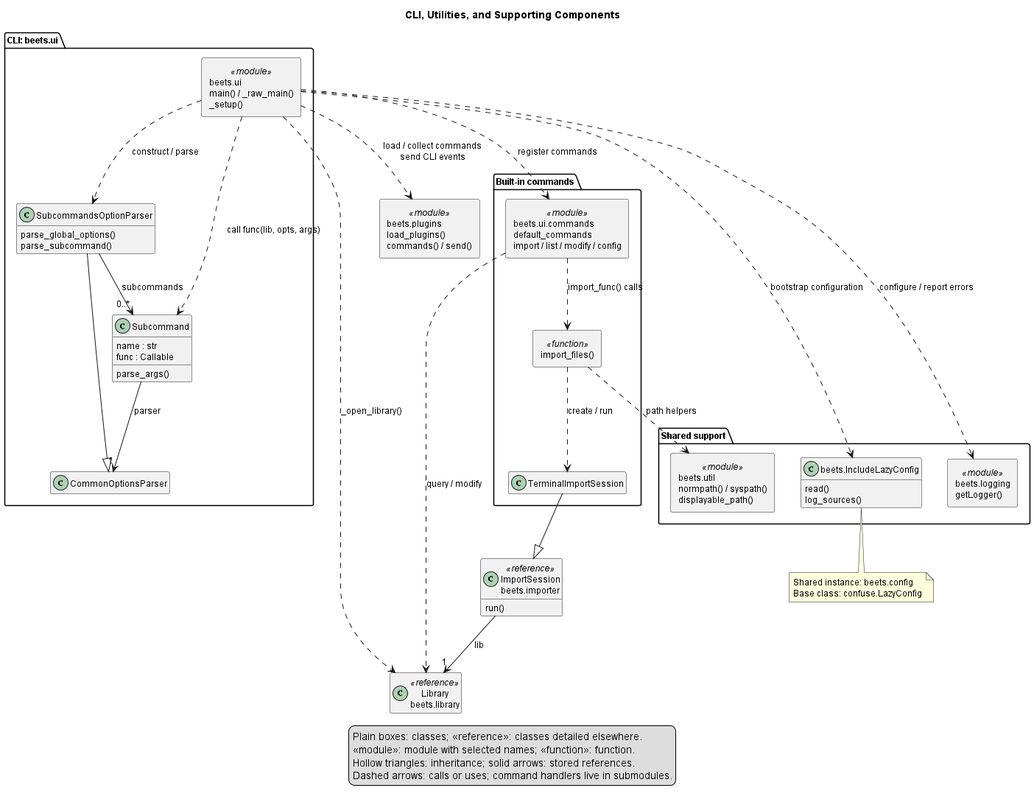
Above: assignment1-analysis/cli-relationships.png in uoguelph-engg4450/F26-Group12-beets (PlantUML), before the change. Source of this version:
```plantuml
@startuml
allowmixing
set namespaceSeparator none
title CLI, Utilities, and Supporting Components
hide empty members
top to bottom direction
skinparam componentStyle rectangle
skinparam classAttributeIconSize 0
skinparam shadowing false
skinparam defaultFontSize 12

package "CLI: beets.ui" {
  component "beets.ui\nmain() / _raw_main()\n_setup()" as CLI <<module>>
  class SubcommandsOptionParser {
    parse_global_options()
    parse_subcommand()
  }
  class CommonOptionsParser
  class Subcommand {
    name : str
    func : Callable
    parse_args()
  }
}

package "Built-in commands" {
  component "beets.ui.commands\ndefault_commands\nimport / list / modify / config" as Commands <<module>>
  component "import_files()" as ImportFiles <<function>>
  class "TerminalImportSession" as TerminalSession
}

package "Shared support" {
  class "beets.IncludeLazyConfig" as Config {
    read()
    log_sources()
  }
  component "beets.util\nnormpath() / syspath()\ndisplayable_path()" as Util <<module>>
  component "beets.logging\ngetLogger()" as Logging <<module>>
}

class "Library\nbeets.library" as Library <<reference>>
class "ImportSession\nbeets.importer" as ImportSession <<reference>> {
  run()
}
component "beets.plugins\nload_plugins()\ncommands() / send()" as Plugins <<module>>

SubcommandsOptionParser --|> CommonOptionsParser
SubcommandsOptionParser --> "0..*" Subcommand : subcommands
Subcommand --> "1" CommonOptionsParser : parser
CLI ..> SubcommandsOptionParser : construct / parse
CLI ..> Subcommand : call func(lib, opts, args)

CLI ..> Commands : register commands
CLI ..> Plugins : load / collect commands\nsend CLI events

Commands ..> Library : query / modify

Commands ..> ImportFiles : import_func() calls
ImportFiles ..> TerminalSession : create / run
TerminalSession --|> ImportSession
ImportSession --> "1" Library : lib

CLI ..> Config : bootstrap configuration
CLI ..> Library : _open_library()
CLI ..> Logging : configure / report errors
ImportFiles ..> Util : path helpers

note bottom of Config
  Shared instance: beets.config
  Base class: confuse.LazyConfig
end note

legend bottom
  Plain boxes: classes; <<reference>>: classes detailed elsewhere.
  <<module>>: module with selected names; <<function>>: function.
  Hollow triangles: inheritance; solid arrows: stored references.
  Dashed arrows: calls or uses; command handlers live in submodules.
endlegend
@enduml
```
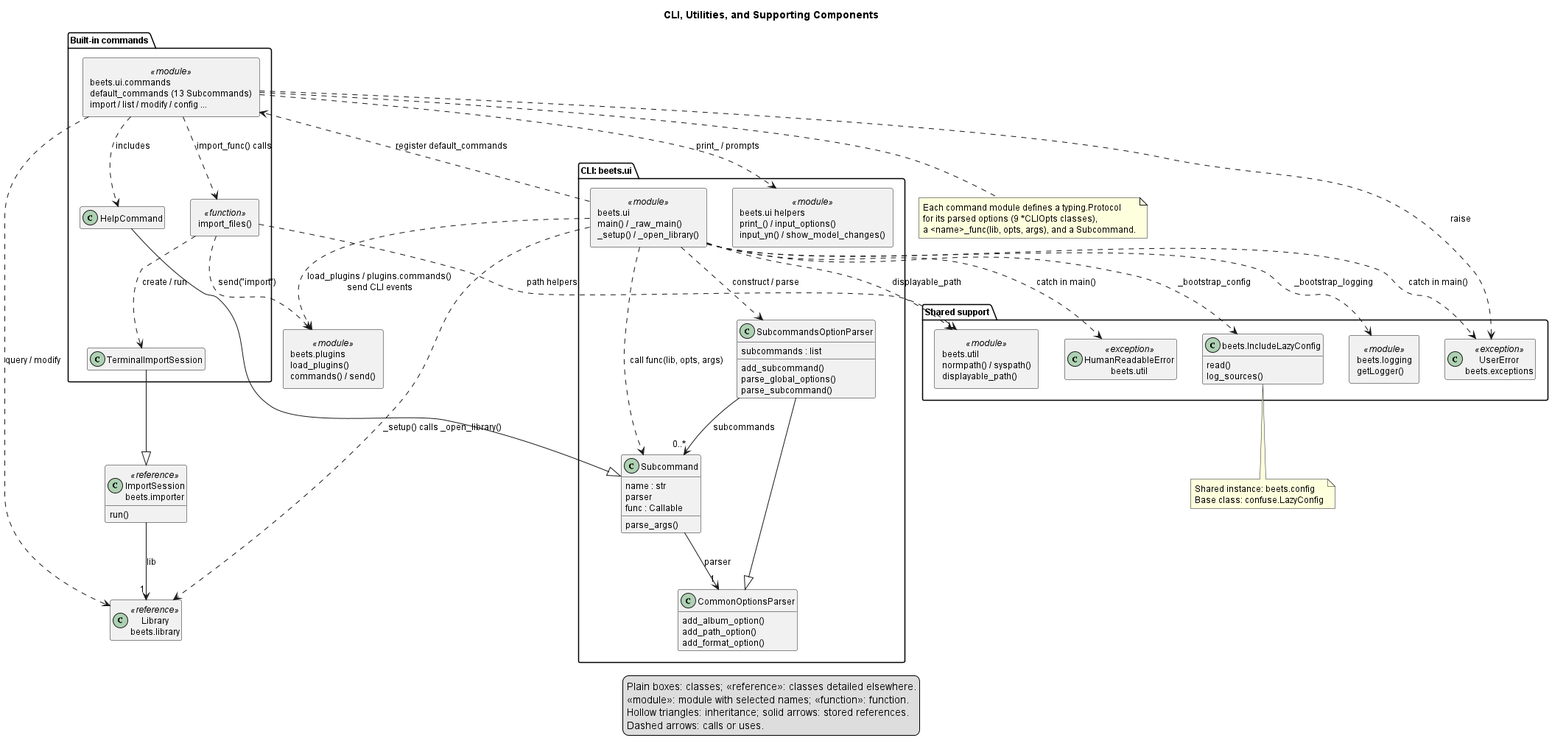
The same diagram one commit later.

Commit message:
Update CLI relationships diagram after verifying against source

Diff of the diagram source:
```diff
@@ -10,21 +10,30 @@
 skinparam defaultFontSize 12
 
 package "CLI: beets.ui" {
-  component "beets.ui\nmain() / _raw_main()\n_setup()" as CLI <<module>>
+  component "beets.ui\nmain() / _raw_main()\n_setup() / _open_library()" as CLI <<module>>
+  component "beets.ui helpers\nprint_() / input_options()\ninput_yn() / show_model_changes()" as Helpers <<module>>
+  class CommonOptionsParser {
+    add_album_option()
+    add_path_option()
+    add_format_option()
+  }
   class SubcommandsOptionParser {
+    subcommands : list
+    add_subcommand()
     parse_global_options()
     parse_subcommand()
   }
-  class CommonOptionsParser
   class Subcommand {
     name : str
+    parser
     func : Callable
     parse_args()
   }
 }
 
 package "Built-in commands" {
-  component "beets.ui.commands\ndefault_commands\nimport / list / modify / config" as Commands <<module>>
+  component "beets.ui.commands\ndefault_commands (13 Subcommands)\nimport / list / modify / config ..." as Commands <<module>>
+  class HelpCommand
   component "import_files()" as ImportFiles <<function>>
   class "TerminalImportSession" as TerminalSession
 }
@@ -36,6 +45,8 @@
   }
   component "beets.util\nnormpath() / syspath()\ndisplayable_path()" as Util <<module>>
   component "beets.logging\ngetLogger()" as Logging <<module>>
+  class "UserError\nbeets.exceptions" as UserError <<exception>>
+  class "HumanReadableError\nbeets.util" as HumanReadableError <<exception>>
 }
 
 class "Library\nbeets.library" as Library <<reference>>
@@ -47,33 +58,46 @@
 SubcommandsOptionParser --|> CommonOptionsParser
 SubcommandsOptionParser --> "0..*" Subcommand : subcommands
 Subcommand --> "1" CommonOptionsParser : parser
+HelpCommand --|> Subcommand
+
 CLI ..> SubcommandsOptionParser : construct / parse
 CLI ..> Subcommand : call func(lib, opts, args)
+CLI ..> Commands : register default_commands
+CLI ..> Plugins : load_plugins / plugins.commands()\nsend CLI events
+CLI ..> Config : _bootstrap_config
+CLI ..> Library : _setup() calls _open_library()
+CLI ..> Logging : _bootstrap_logging
+CLI ..> Util : displayable_path
+CLI ..> UserError : catch in main()
+CLI ..> HumanReadableError : catch in main()
 
-CLI ..> Commands : register commands
-CLI ..> Plugins : load / collect commands\nsend CLI events
+Commands ..> HelpCommand : includes
+Commands ..> Library : query / modify
+Commands ..> Helpers : print_ / prompts
+Commands ..> UserError : raise
+Commands ..> ImportFiles : import_func() calls
 
-Commands ..> Library : query / modify
-
-Commands ..> ImportFiles : import_func() calls
 ImportFiles ..> TerminalSession : create / run
+ImportFiles ..> Plugins : send("import")
+ImportFiles ..> Util : path helpers
 TerminalSession --|> ImportSession
 ImportSession --> "1" Library : lib
-
-CLI ..> Config : bootstrap configuration
-CLI ..> Library : _open_library()
-CLI ..> Logging : configure / report errors
-ImportFiles ..> Util : path helpers
 
 note bottom of Config
   Shared instance: beets.config
   Base class: confuse.LazyConfig
 end note
 
+note bottom of Commands
+  Each command module defines a typing.Protocol
+  for its parsed options (9 *CLIOpts classes),
+  a <name>_func(lib, opts, args), and a Subcommand.
+end note
+
 legend bottom
   Plain boxes: classes; <<reference>>: classes detailed elsewhere.
   <<module>>: module with selected names; <<function>>: function.
   Hollow triangles: inheritance; solid arrows: stored references.
-  Dashed arrows: calls or uses; command handlers live in submodules.
+  Dashed arrows: calls or uses.
 endlegend
 @enduml
```
